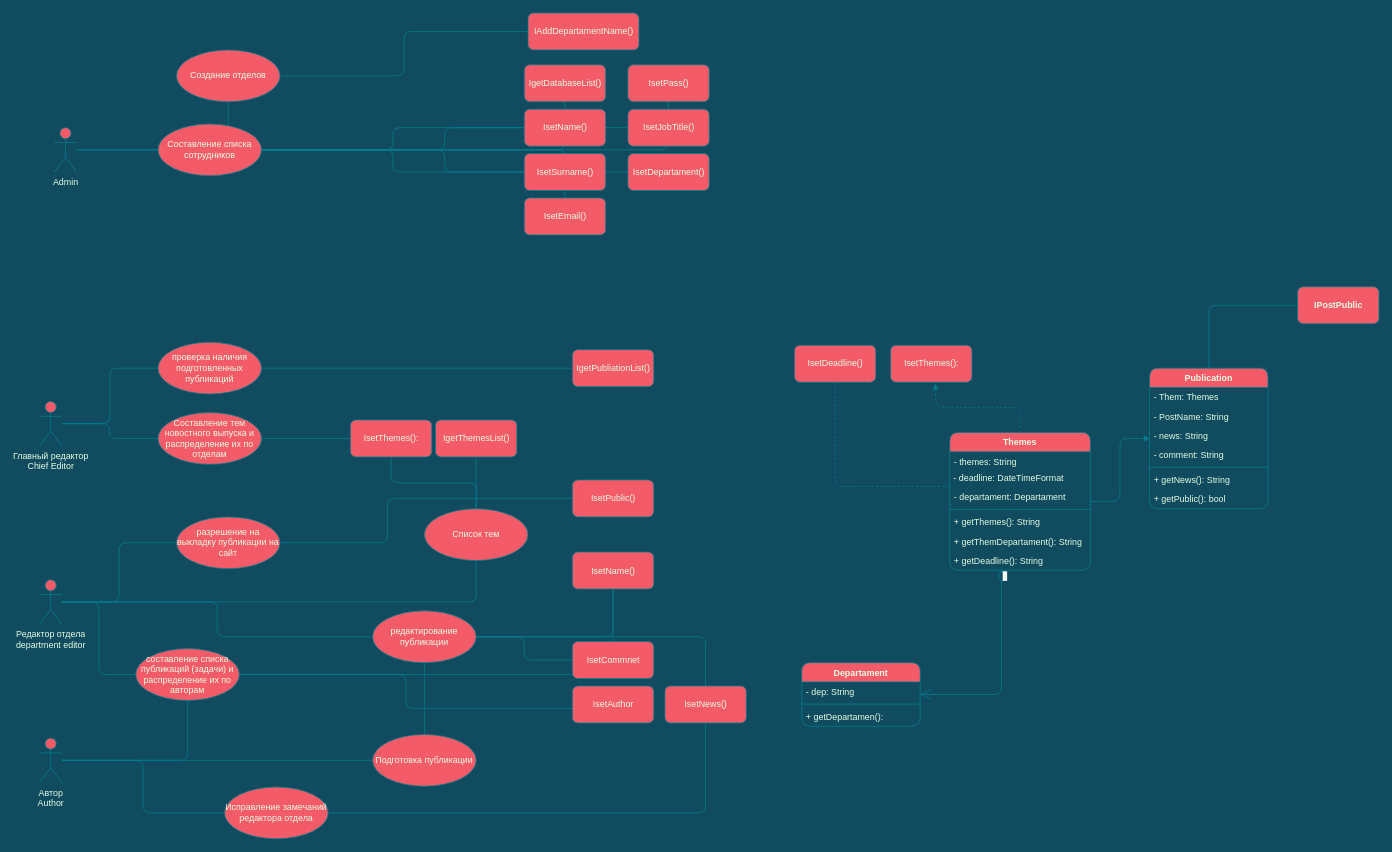
Above: page "Page-1" (1 of 2) of Kursovaya_UML.drawio in mesor21/cursovaya-web-site (draw.io), before the change. Source tidied: cells renumbered, new cells numbered last; positions are measured from the earlier drawing's top-left corner, leaving out a move shared by most shapes. Both pictures are drawn from the tidied source at 74%, with x=0, y=0 at pixel (39, 13).
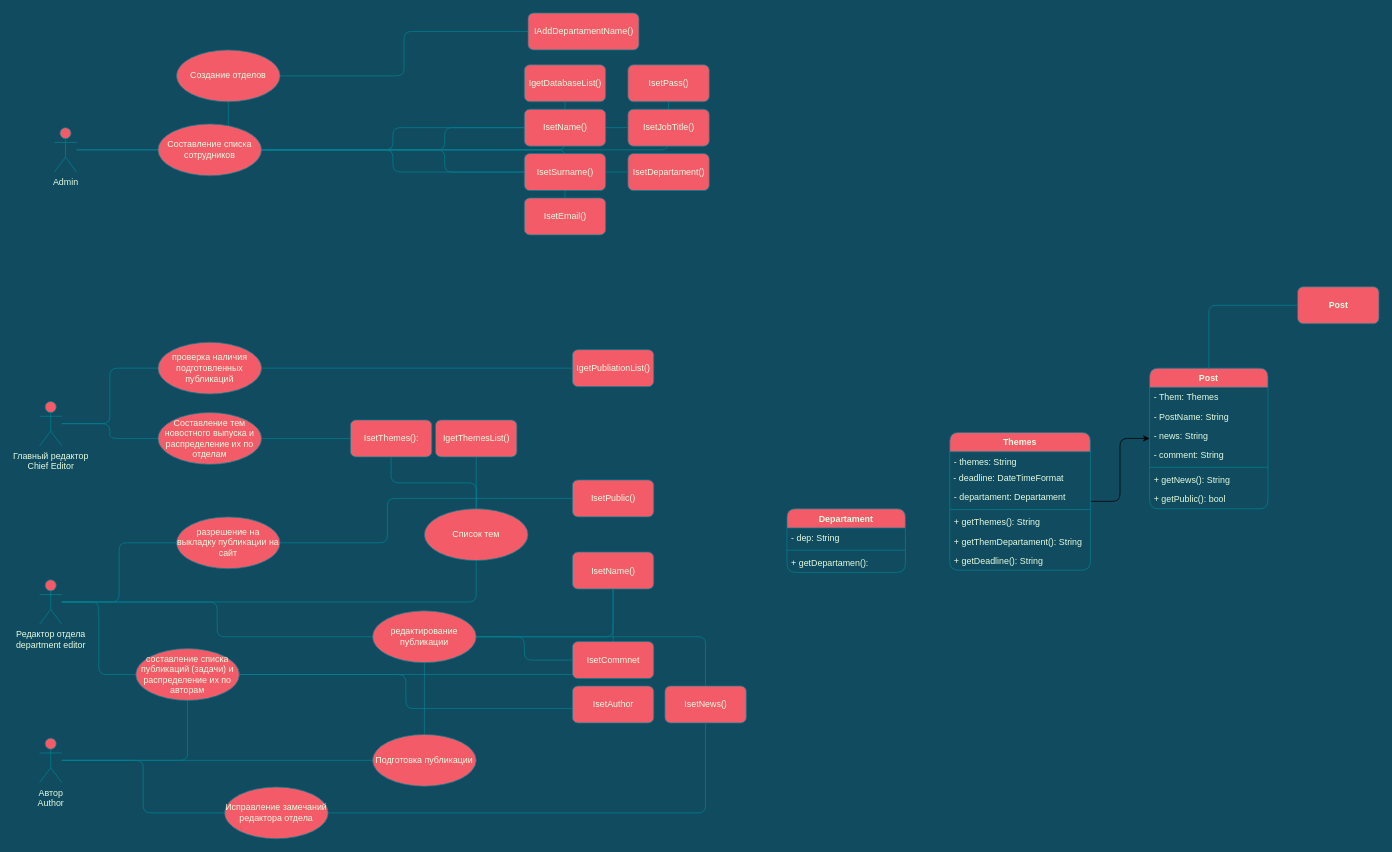
After the change.

Unchanged cells that the change refers to:
```xml
<mxCell id="4" value="Themes" style="swimlane;fontStyle=1;align=center;verticalAlign=top;horizontal=1;startSize=26;strokeColor=#028090;fontColor=#E4FDE1;fillColor=#F45B69;rounded=1;" parent="1" vertex="1">
  <mxGeometry x="1230" y="567" width="190" height="186" as="geometry" />
</mxCell>
```

Change to the diagram source:
```diff
@@
-    <mxCell id="2" style="edgeStyle=orthogonalEdgeStyle;rounded=1;jettySize=auto;html=1;strokeColor=#028090;fontColor=#E4FDE1;fillColor=#F45B69;labelBackgroundColor=#114B5F;" parent="1" edge="1" source="4" target="12">
+    <mxCell id="2" style="edgeStyle=orthogonalEdgeStyle;rounded=1;jettySize=auto;html=1;" parent="1" edge="1" source="4" target="12">
       <mxGeometry relative="1" as="geometry" />
     </mxCell>
-    <mxCell id="3" style="edgeStyle=orthogonalEdgeStyle;rounded=1;jettySize=auto;html=1;entryX=0.552;entryY=1.041;entryDx=0;entryDy=0;entryPerimeter=0;strokeColor=#028090;fontColor=#E4FDE1;fillColor=#F45B69;labelBackgroundColor=#114B5F;dashed=1;" parent="1" edge="1" source="4" target="20">
-      <mxGeometry relative="1" as="geometry" />
-    </mxCell>
@@
-    <mxCell id="12" value="Publication" style="swimlane;fontStyle=1;align=center;verticalAlign=top;horizontal=1;startSize=26;strokeColor=#028090;fontColor=#E4FDE1;fillColor=#F45B69;rounded=1;" parent="1" vertex="1">
+    <mxCell id="12" value="Post" style="swimlane;fontStyle=1;align=center;verticalAlign=top;horizontal=1;startSize=26;strokeColor=#028090;fontColor=#E4FDE1;fillColor=#F45B69;rounded=1;" parent="1" vertex="1">
       <mxGeometry x="1500" y="480" width="160" height="190" as="geometry" />
     </mxCell>
@@
-    <mxCell id="20" value="IsetThemes():" style="html=1;strokeColor=#028090;fontColor=#E4FDE1;fillColor=#F45B69;rounded=1;" parent="1" vertex="1">
-      <mxGeometry x="1150" y="449" width="110" height="50" as="geometry" />
-    </mxCell>
@@
-    <mxCell id="24" style="edgeStyle=orthogonalEdgeStyle;rounded=1;jettySize=auto;html=1;strokeColor=#028090;fontColor=#E4FDE1;endArrow=none;endFill=0;fillColor=#F45B69;dashed=1;" parent="1" edge="1" source="25" target="4">
-      <mxGeometry relative="1" as="geometry">
-        <Array as="points">
-          <mxPoint x="1075" y="640" />
-        </Array>
-      </mxGeometry>
-    </mxCell>
-    <mxCell id="25" value="IsetDeadline()" style="html=1;fillColor=#F45B69;strokeColor=#028090;fontColor=#E4FDE1;rounded=1;" parent="1" vertex="1">
-      <mxGeometry x="1020" y="449" width="110" height="50" as="geometry" />
-    </mxCell>
@@
     <mxCell id="72" value="Departament" style="swimlane;fontStyle=1;align=center;verticalAlign=top;horizontal=1;startSize=26;strokeColor=#028090;fontColor=#E4FDE1;fillColor=#F45B69;rounded=1;" parent="1" vertex="1">
-      <mxGeometry x="1030" y="878" width="160" height="86" as="geometry" />
+      <mxGeometry x="1010" y="670" width="160" height="86" as="geometry" />
     </mxCell>
@@
-    <mxCell id="79" value="1" style="endArrow=open;html=1;endSize=12;startArrow=diamondThin;startSize=14;startFill=0;edgeStyle=orthogonalEdgeStyle;align=left;verticalAlign=bottom;rounded=1;strokeColor=#028090;fontColor=#E4FDE1;fillColor=#F45B69;" parent="1" edge="1" source="4" target="72">
-      <mxGeometry x="-0.88" relative="1" as="geometry">
-        <Array as="points">
-          <mxPoint x="1300" y="921" />
-        </Array>
-      </mxGeometry>
-    </mxCell>
@@
-    <mxCell id="90" value="&lt;b&gt;IPostPublic&lt;br&gt;&lt;/b&gt;" style="html=1;rounded=1;strokeColor=#028090;fontColor=#E4FDE1;fillColor=#F45B69;" parent="1" vertex="1">
+    <mxCell id="90" value="&lt;b&gt;Post&lt;br&gt;&lt;/b&gt;" style="html=1;rounded=1;strokeColor=#028090;fontColor=#E4FDE1;fillColor=#F45B69;" parent="1" vertex="1">
       <mxGeometry x="1700" y="370" width="110" height="50" as="geometry" />
     </mxCell>
```
